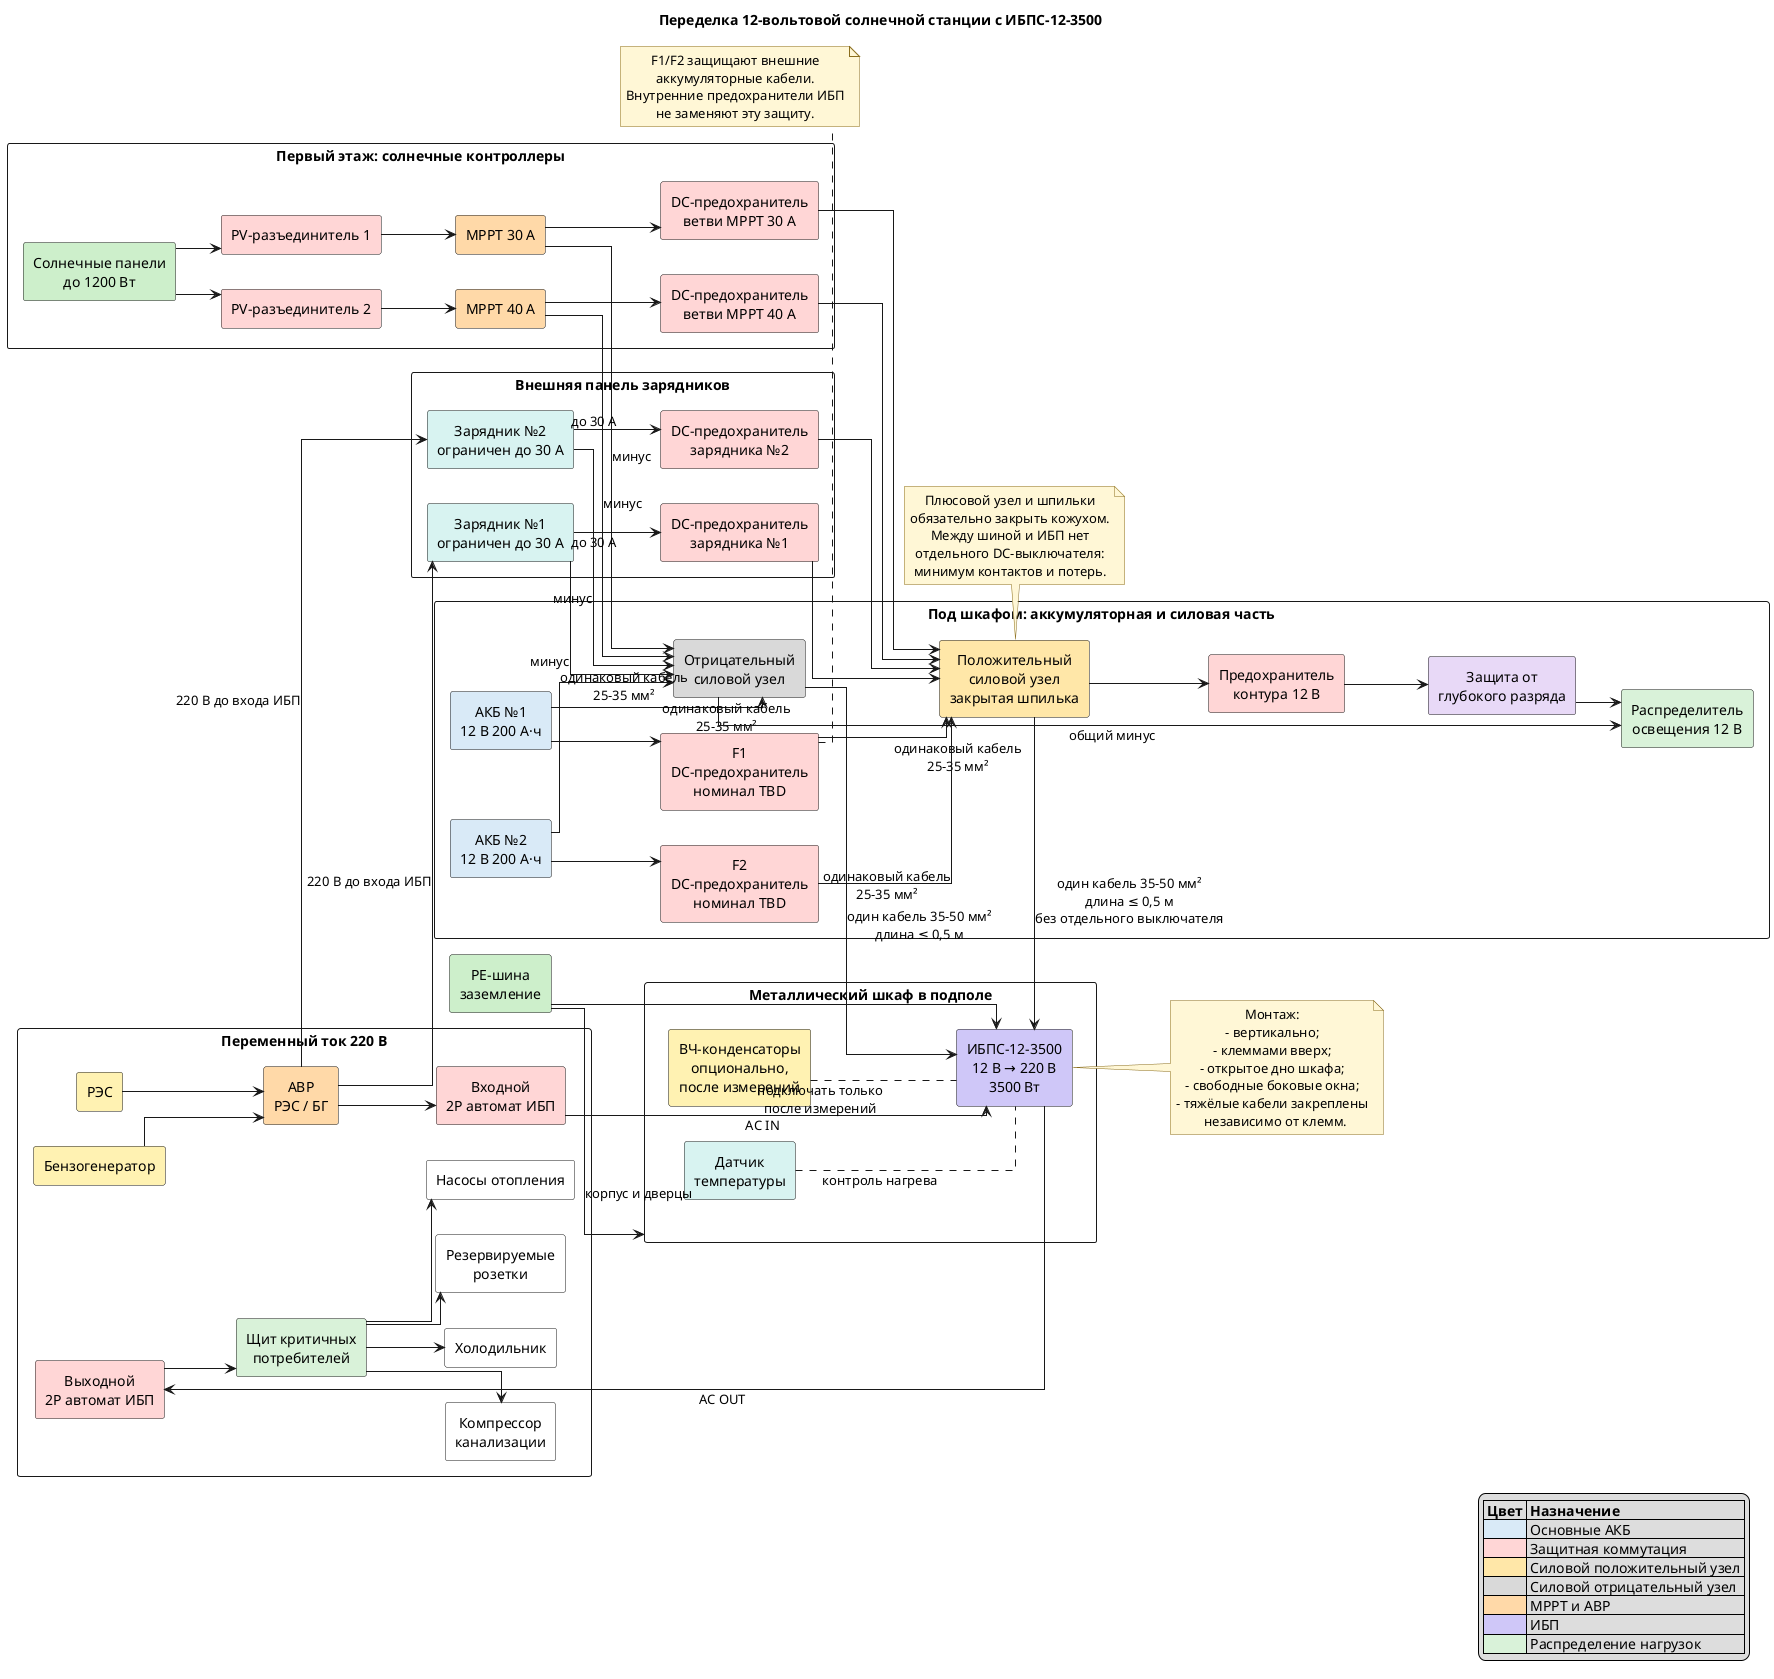
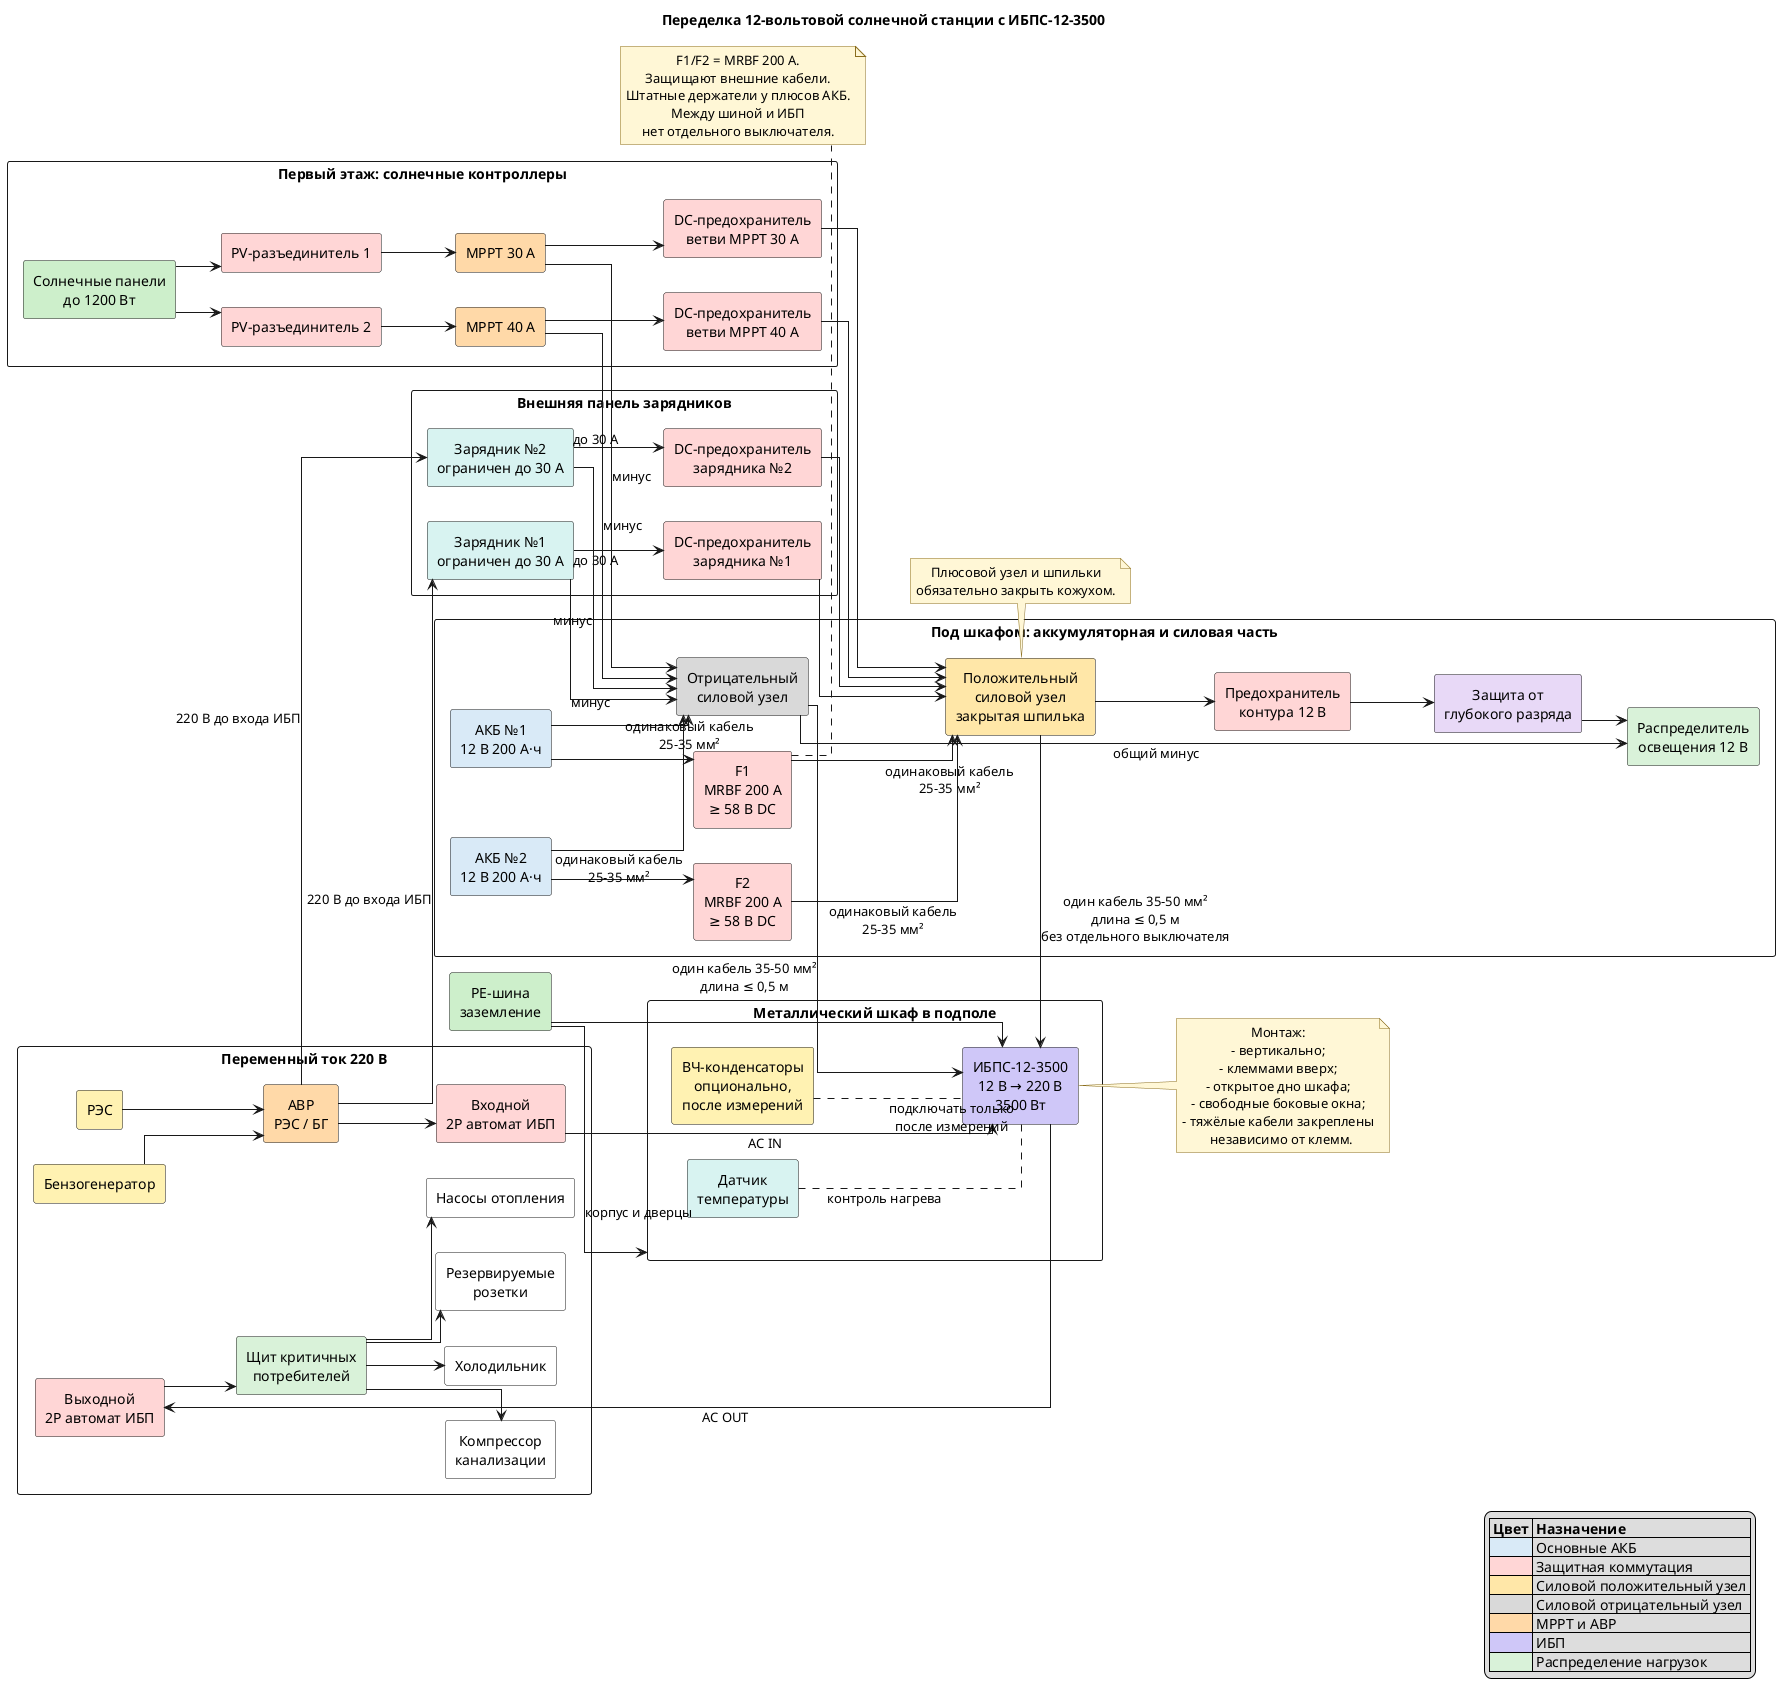
@startuml SolarStation_IBPS_12_3500
title Переделка 12-вольтовой солнечной станции с ИБПС-12-3500

left to right direction
skinparam shadowing false
skinparam linetype ortho
skinparam nodesep 35
skinparam ranksep 45
skinparam defaultTextAlignment center
skinparam componentStyle rectangle
skinparam packageStyle rectangle
skinparam noteBackgroundColor #FFF7D6
skinparam noteBorderColor #8A6D1D

package "Под шкафом: аккумуляторная и силовая часть" as BatteryZone {
  component "АКБ №1\n12 В 200 А·ч" as B1 #D9EAF7
-   component "F1\nDC-предохранитель\nноминал TBD" as F1 #FFD6D6
+   component "F1\nMRBF 200 А\n≥ 58 В DC" as F1 #FFD6D6
  component "АКБ №2\n12 В 200 А·ч" as B2 #D9EAF7
-   component "F2\nDC-предохранитель\nноминал TBD" as F2 #FFD6D6
+   component "F2\nMRBF 200 А\n≥ 58 В DC" as F2 #FFD6D6

  component "Положительный\nсиловой узел\nзакрытая шпилька" as PlusBus #FFE7A8
  component "Отрицательный\nсиловой узел" as MinusBus #D9D9D9
+ 
  component "Предохранитель\nконтура 12 В" as LightFuse #FFD6D6
  component "Защита от\nглубокого разряда" as LVD #E8D9F7
  component "Распределитель\nосвещения 12 В" as LightDist #D9F2D9
}

package "Металлический шкаф в подполе" as Cabinet {
  component "ИБПС-12-3500\n12 В → 220 В\n3500 Вт" as UPS #CFC7F8
  component "ВЧ-конденсаторы\nопционально,\nпосле измерений" as HFCaps #FFF2B2
  component "Датчик\nтемпературы" as Temp #D8F3F1
}

package "Первый этаж: солнечные контроллеры" as SolarControl {
  component "Солнечные панели\nдо 1200 Вт" as PV #CDEFCB
  component "PV-разъединитель 1" as PVQ1 #FFD6D6
  component "MPPT 30 А" as MPPT30 #FFD9A8
  component "DC-предохранитель\nветви MPPT 30 А" as FM30 #FFD6D6
  component "PV-разъединитель 2" as PVQ2 #FFD6D6
  component "MPPT 40 А" as MPPT40 #FFD9A8
  component "DC-предохранитель\nветви MPPT 40 А" as FM40 #FFD6D6
}

package "Внешняя панель зарядников" as Chargers {
  component "Зарядник №1\nограничен до 30 А" as Charger1 #D8F3F1
  component "DC-предохранитель\nзарядника №1" as FC1 #FFD6D6
  component "Зарядник №2\nограничен до 30 А" as Charger2 #D8F3F1
  component "DC-предохранитель\nзарядника №2" as FC2 #FFD6D6
}

package "Переменный ток 220 В" as ACZone {
  component "РЭС" as Grid #FFF2B2
  component "Бензогенератор" as Generator #FFF2B2
  component "АВР\nРЭС / БГ" as ATS #FFD9A8
  component "Входной\n2P автомат ИБП" as ACInBreaker #FFD6D6
  component "Выходной\n2P автомат ИБП" as ACOutBreaker #FFD6D6
  component "Щит критичных\nпотребителей" as CriticalPanel #D9F2D9
  component "Насосы отопления" as Heating #FFFFFF
  component "Компрессор\nканализации" as Compressor #FFFFFF
  component "Холодильник" as Fridge #FFFFFF
  component "Резервируемые\nрозетки" as Sockets #FFFFFF
}

component "PE-шина\nзаземление" as PE #CDEFCB

B1 --> F1
F1 --> PlusBus : одинаковый кабель\n25–35 мм²
B1 --> MinusBus : одинаковый кабель\n25–35 мм²

B2 --> F2
F2 --> PlusBus : одинаковый кабель\n25–35 мм²
B2 --> MinusBus : одинаковый кабель\n25–35 мм²

PlusBus --> UPS : один кабель 35–50 мм²\nдлина ≤ 0,5 м\nбез отдельного выключателя
MinusBus --> UPS : один кабель 35–50 мм²\nдлина ≤ 0,5 м

PlusBus --> LightFuse
LightFuse --> LVD
LVD --> LightDist
MinusBus --> LightDist : общий минус

PV --> PVQ1
PVQ1 --> MPPT30
MPPT30 --> FM30
FM30 --> PlusBus
MPPT30 --> MinusBus : минус

PV --> PVQ2
PVQ2 --> MPPT40
MPPT40 --> FM40
FM40 --> PlusBus
MPPT40 --> MinusBus : минус

Charger1 --> FC1 : до 30 А
FC1 --> PlusBus
Charger1 --> MinusBus : минус

Charger2 --> FC2 : до 30 А
FC2 --> PlusBus
Charger2 --> MinusBus : минус

Grid --> ATS
Generator --> ATS
ATS --> ACInBreaker
ACInBreaker --> UPS : AC IN
UPS --> ACOutBreaker : AC OUT
ACOutBreaker --> CriticalPanel
CriticalPanel --> Heating
CriticalPanel --> Compressor
CriticalPanel --> Fridge
CriticalPanel --> Sockets

ATS --> Charger1 : 220 В до входа ИБП
ATS --> Charger2 : 220 В до входа ИБП

HFCaps .. UPS : подключать только\nпосле измерений
Temp .. UPS : контроль нагрева

PE --> UPS
PE --> Cabinet : корпус и дверцы

note right of UPS
Монтаж:
- вертикально;
- клеммами вверх;
- открытое дно шкафа;
- свободные боковые окна;
- тяжёлые кабели закреплены
  независимо от клемм.
end note

note bottom of F1
- F1/F2 защищают внешние
- аккумуляторные кабели.
- Внутренние предохранители ИБП
- не заменяют эту защиту.
+ F1/F2 = MRBF 200 А.
+ Защищают внешние кабели.
+ Штатные держатели у плюсов АКБ.
+ Между шиной и ИБП
+ нет отдельного выключателя.
end note

note bottom of PlusBus
Плюсовой узел и шпильки
обязательно закрыть кожухом.
- Между шиной и ИБП нет
- отдельного DC-выключателя:
- минимум контактов и потерь.
end note

legend right
  |= Цвет |= Назначение |
  |<#D9EAF7>| Основные АКБ |
  |<#FFD6D6>| Защитная коммутация |
  |<#FFE7A8>| Силовой положительный узел |
  |<#D9D9D9>| Силовой отрицательный узел |
  |<#FFD9A8>| MPPT и АВР |
  |<#CFC7F8>| ИБП |
  |<#D9F2D9>| Распределение нагрузок |
endlegend

- @enduml+ @enduml
